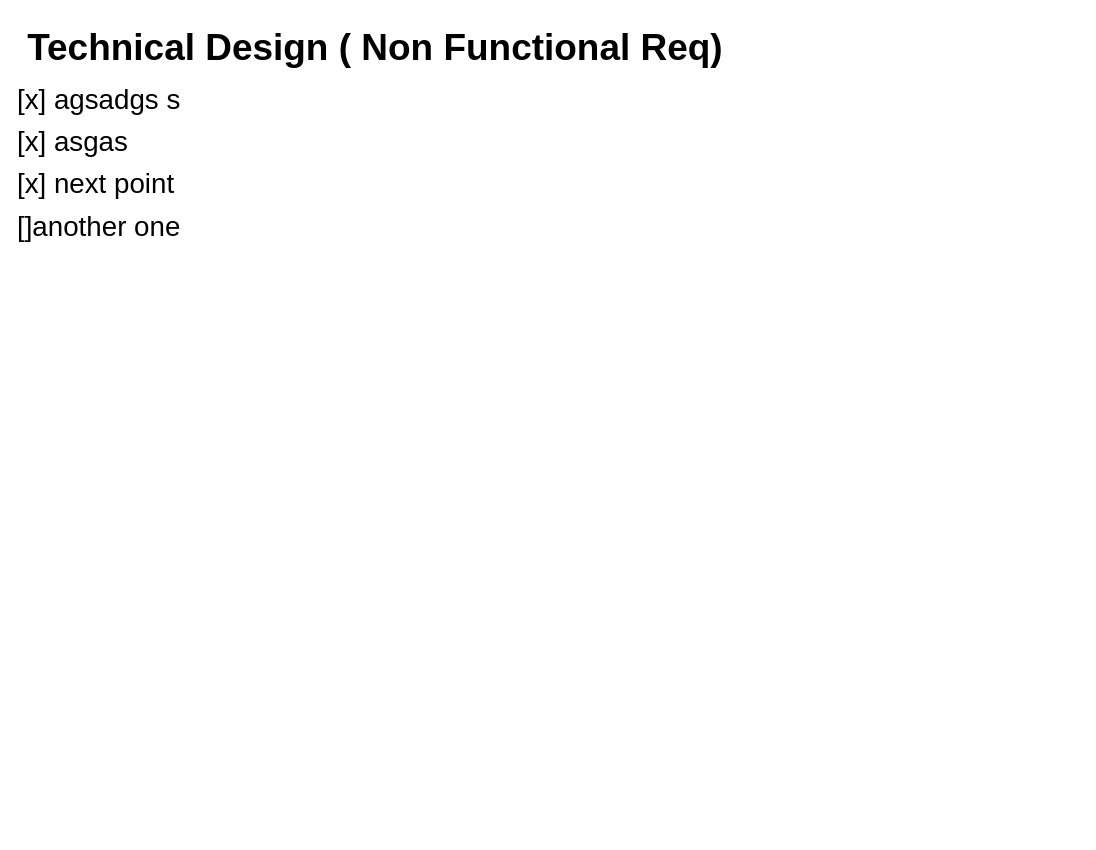
NaraGitHub/DrawIO keeps this draw.io diagram as page "Page-1" (1 of 2) of First Diagram.drawio. Above is the earlier version. Source tidied: cells renumbered, new cells numbered last; positions are measured from the earlier drawing's top-left corner, leaving out a move shared by most shapes. Both pictures are drawn from the tidied source at 77%, with x=0, y=0 at pixel (13, 21).
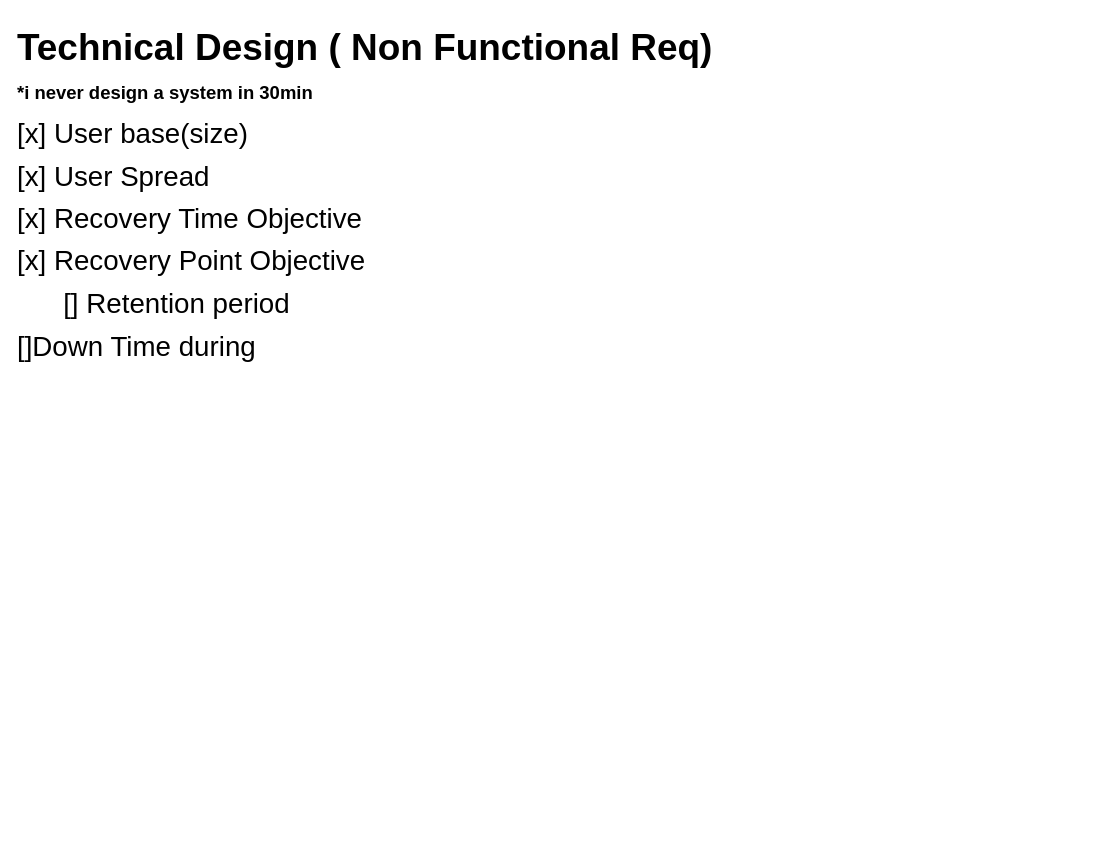
Above is the later version.

Diff of the diagram source:
```diff
@@
 <mxGraphModel>
   <root>
     <mxCell id="0" />
     <mxCell id="1" parent="0" />
-    <mxCell id="2" value="&lt;h1&gt;&lt;span style=&quot;font-size: 48px&quot;&gt;&amp;nbsp;Technical Design ( Non Functional Req)&lt;/span&gt;&lt;/h1&gt;&lt;p&gt;&lt;font style=&quot;font-size: 36px&quot;&gt;[x] agsadgs s&lt;/font&gt;&lt;/p&gt;&lt;p&gt;&lt;font style=&quot;font-size: 36px&quot;&gt;[x] asgas&lt;/font&gt;&lt;/p&gt;&lt;p&gt;&lt;font style=&quot;font-size: 36px&quot;&gt;[x] next point&lt;/font&gt;&lt;/p&gt;&lt;p&gt;&lt;font style=&quot;font-size: 36px&quot;&gt;[]another one&lt;/font&gt;&lt;/p&gt;" style="text;html=1;strokeColor=none;fillColor=none;spacing=5;spacingTop=-20;whiteSpace=wrap;overflow=hidden;rounded=0;" parent="1" vertex="1">
+    <mxCell id="2" value="&lt;h1&gt;&lt;span style=&quot;font-size: 48px&quot;&gt;Technical Design ( Non Functional Req)&amp;nbsp;&amp;nbsp;&lt;/span&gt;&lt;/h1&gt;&lt;h1&gt;*i never design a system in 30min&lt;/h1&gt;&lt;p&gt;&lt;font style=&quot;font-size: 36px&quot;&gt;[x] User base(size)&lt;/font&gt;&lt;/p&gt;&lt;p&gt;&lt;font style=&quot;font-size: 36px&quot;&gt;[x] User Spread&lt;/font&gt;&lt;/p&gt;&lt;p&gt;&lt;font style=&quot;font-size: 36px&quot;&gt;[x] Recovery Time Objective&lt;/font&gt;&lt;/p&gt;&lt;p&gt;&lt;font style=&quot;font-size: 36px&quot;&gt;&lt;/font&gt;&lt;/p&gt;&lt;p&gt;&lt;font style=&quot;font-size: 36px&quot;&gt;[x] Recovery Point Objective&lt;/font&gt;&lt;/p&gt;&lt;div&gt;&lt;font style=&quot;font-size: 36px&quot;&gt;&amp;nbsp; &amp;nbsp; &amp;nbsp; [] Retention period&lt;/font&gt;&lt;/div&gt;&lt;p&gt;&lt;font style=&quot;font-size: 36px&quot;&gt;[]Down Time during&lt;/font&gt;&lt;/p&gt;&lt;p&gt;&lt;font style=&quot;font-size: 36px&quot;&gt;&lt;br&gt;&lt;/font&gt;&lt;/p&gt;" style="text;html=1;strokeColor=none;fillColor=none;spacing=5;spacingTop=-20;whiteSpace=wrap;overflow=hidden;rounded=0;" parent="1" vertex="1">
       <mxGeometry width="1390" height="1060" as="geometry" />
     </mxCell>
   </root>
 </mxGraphModel>
```
